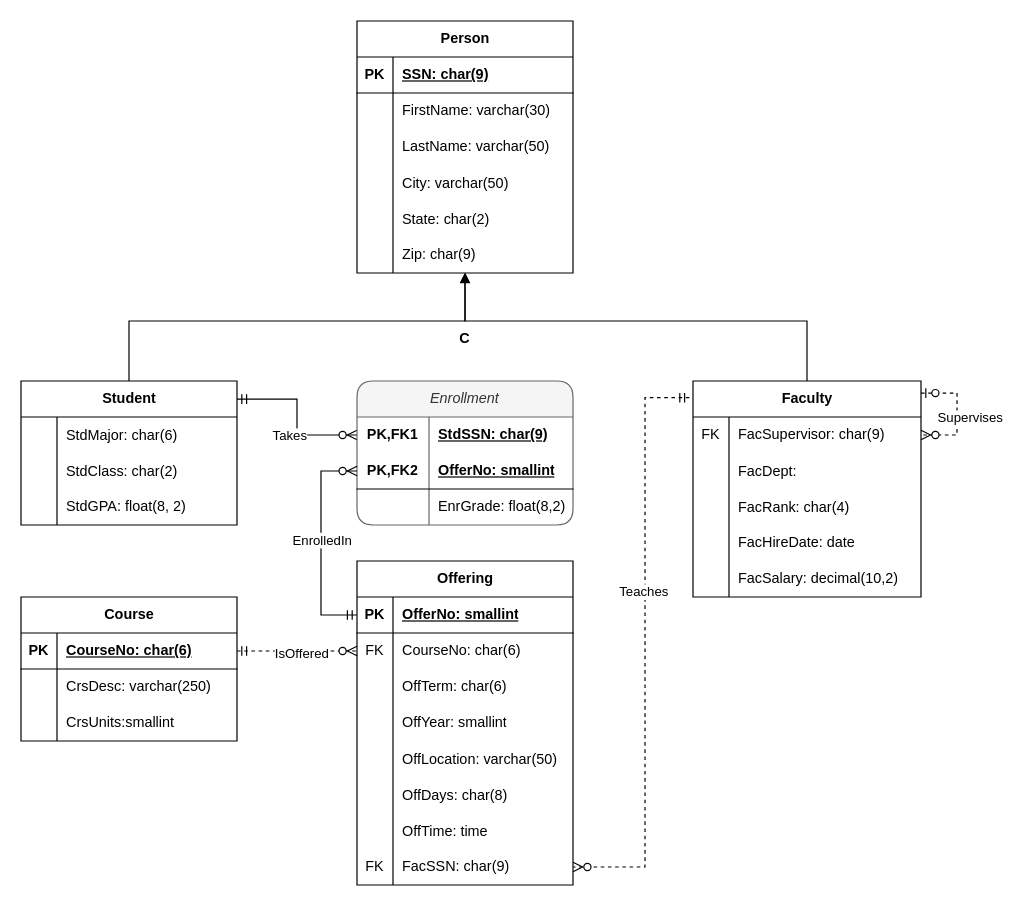
phbrownacmorg/csc305fa26 keeps this draw.io diagram as univdb.drawio. Above is the earlier version. Source tidied: cells renumbered, new cells numbered last; positions are measured from the earlier drawing's top-left corner, leaving out a move shared by most shapes. Both pictures are drawn from the tidied source at 120%, with x=0, y=0 at pixel (20, 20).
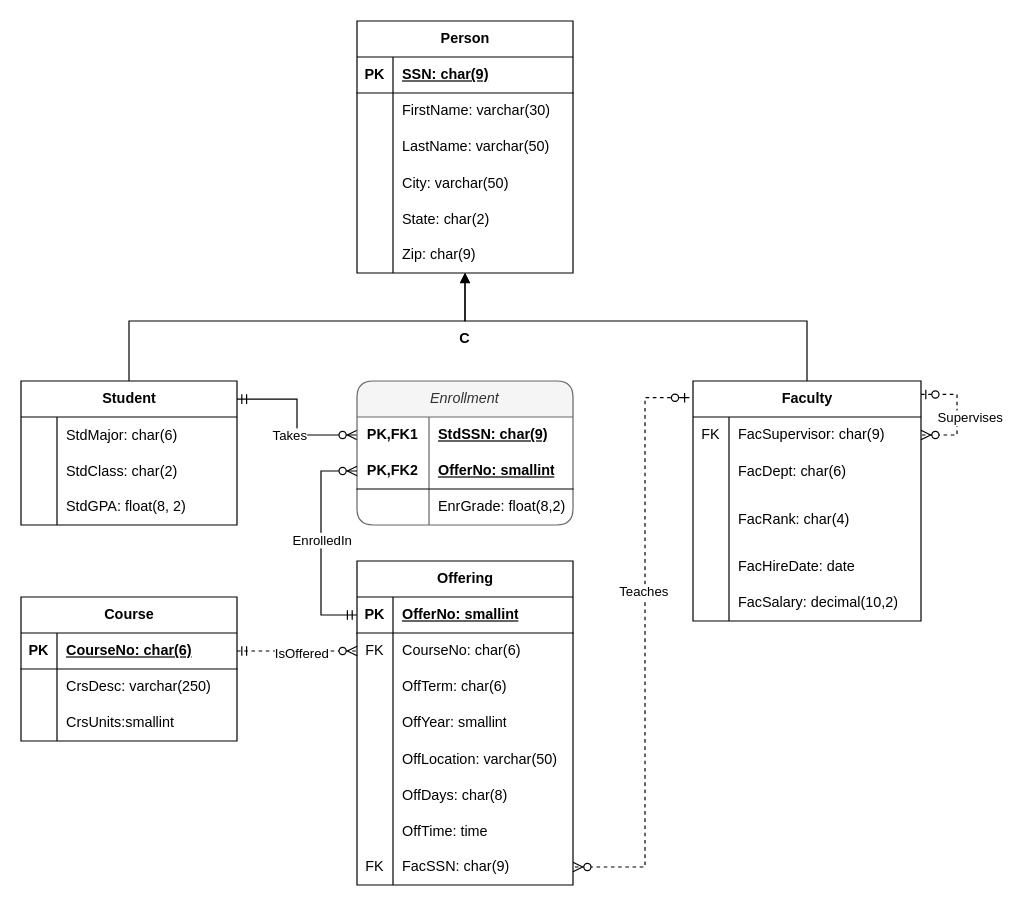
The same diagram, later.

Unchanged cells that the change refers to:
```xml
<mxCell id="27" style="shape=tableRow;horizontal=0;startSize=0;swimlaneHead=0;swimlaneBody=0;fillColor=none;top=0;left=0;right=0;bottom=0;" parent="23" vertex="1">
  <mxGeometry y="60" width="190" height="30" as="geometry" />
</mxCell>
<mxCell id="63" style="shape=tableRow;horizontal=0;startSize=0;swimlaneHead=0;swimlaneBody=0;fillColor=none;points=[[0,0.5],[1,0.5]];portConstraint=eastwest;top=0;left=0;right=0;bottom=0;" parent="41" vertex="1">
  <mxGeometry y="240" width="180" height="30" as="geometry" />
</mxCell>
```

Diff of the diagram source:
```diff
@@
     <mxCell id="23" value="Faculty" style="shape=table;startSize=30;childLayout=tableLayout;rowLines=0;fontStyle=1;align=center;html=1;" parent="1" vertex="1">
-      <mxGeometry x="560" y="300" width="190" height="180" as="geometry" />
+      <mxGeometry x="560" y="300" width="190" height="200" as="geometry" />
     </mxCell>
@@
-    <mxCell id="29" value="FacDept:" style="shape=partialRectangle;fillColor=none;top=0;left=0;bottom=0;right=0;align=left;spacingLeft=6;overflow=hidden;" parent="27" vertex="1">
+    <mxCell id="29" value="FacDept: char(6)" style="shape=partialRectangle;fillColor=none;top=0;left=0;bottom=0;right=0;align=left;spacingLeft=6;overflow=hidden;" parent="27" vertex="1">
       <mxGeometry x="30" width="160" height="30" as="geometry" />
     </mxCell>
     <mxCell id="30" style="shape=tableRow;horizontal=0;startSize=0;swimlaneHead=0;swimlaneBody=0;fillColor=none;top=0;left=0;right=0;bottom=0;" parent="23" vertex="1">
-      <mxGeometry y="90" width="190" height="30" as="geometry" />
+      <mxGeometry y="90" width="190" height="50" as="geometry" />
     </mxCell>
     <mxCell id="31" style="shape=partialRectangle;fillColor=none;top=0;left=0;bottom=0;right=0;overflow=hidden;" parent="30" vertex="1">
-      <mxGeometry width="30" height="30" as="geometry" />
+      <mxGeometry width="30" height="50" as="geometry" />
     </mxCell>
     <mxCell id="32" value="FacRank: char(4)" style="shape=partialRectangle;fillColor=none;top=0;left=0;bottom=0;right=0;align=left;spacingLeft=6;overflow=hidden;" parent="30" vertex="1">
-      <mxGeometry x="30" width="160" height="30" as="geometry" />
+      <mxGeometry x="30" width="160" height="50" as="geometry" />
     </mxCell>
     <mxCell id="33" style="shape=tableRow;horizontal=0;startSize=0;swimlaneHead=0;swimlaneBody=0;fillColor=none;top=0;left=0;right=0;bottom=0;" parent="23" vertex="1">
-      <mxGeometry y="120" width="190" height="30" as="geometry" />
+      <mxGeometry y="140" width="190" height="30" as="geometry" />
     </mxCell>
@@
     <mxCell id="36" style="shape=tableRow;horizontal=0;startSize=0;swimlaneHead=0;swimlaneBody=0;fillColor=none;top=0;left=0;right=0;bottom=0;" parent="23" vertex="1">
-      <mxGeometry y="150" width="190" height="30" as="geometry" />
+      <mxGeometry y="170" width="190" height="30" as="geometry" />
     </mxCell>
@@
-    <mxCell id="66" style="edgeStyle=orthogonalEdgeStyle;fontSize=12;html=1;endArrow=ERzeroToMany;startArrow=ERmandOne;rounded=0;entryX=1;entryY=0.5;entryDx=0;entryDy=0;dashed=1;" parent="1" edge="1" target="63">
+    <mxCell id="66" style="edgeStyle=orthogonalEdgeStyle;fontSize=12;html=1;endArrow=ERzeroToMany;startArrow=ERzeroToOne;rounded=0;entryX=1;entryY=0.5;entryDx=0;entryDy=0;dashed=1;startFill=0;" parent="1" edge="1" target="63">
       <mxGeometry relative="1" as="geometry">
         <mxPoint x="557" y="313.9" as="sourcePoint" />
         <Array as="points">
           <mxPoint x="520" y="313.9" />
           <mxPoint x="520" y="705" />
         </Array>
       </mxGeometry>
     </mxCell>
```
